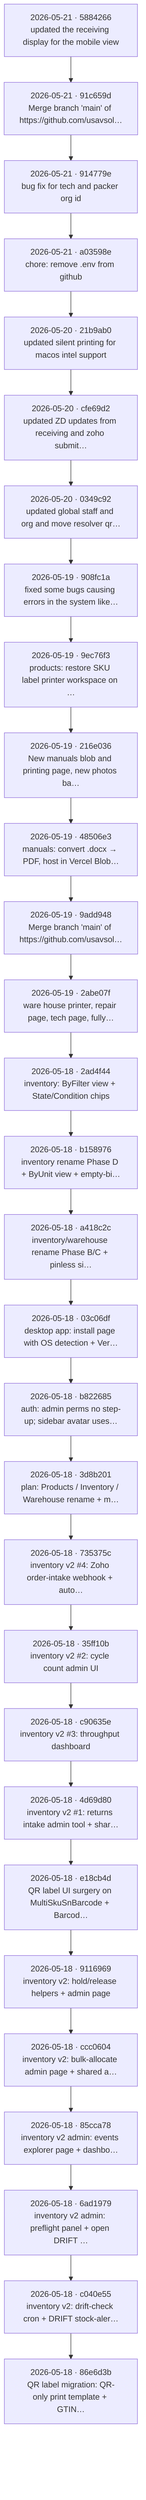
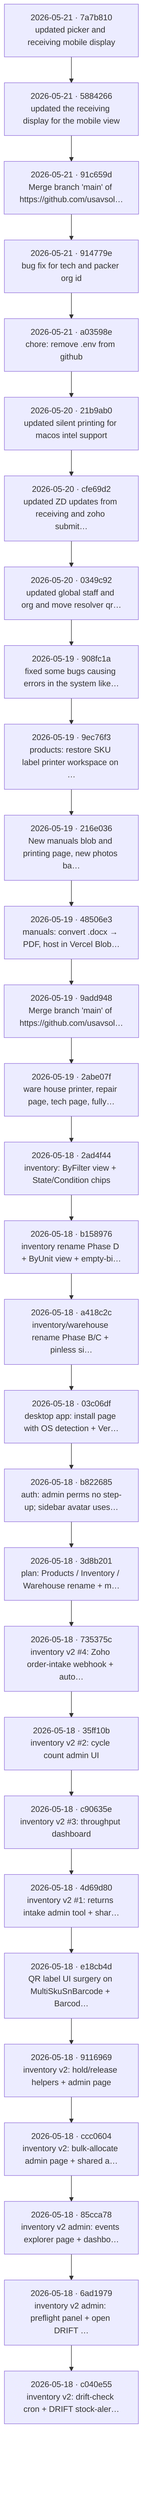
flowchart TB
-   c0["2026-05-21 · 5884266<br/>updated the receiving display for the mobile view"]
-   c1["2026-05-21 · 91c659d<br/>Merge branch 'main' of https://github.com/usavsol…"]
+   c0["2026-05-21 · 7a7b810<br/>updated picker and receiving mobile display"]
+   c1["2026-05-21 · 5884266<br/>updated the receiving display for the mobile view"]
  c0 --> c1
-   c2["2026-05-21 · 914779e<br/>bug fix for tech and packer org id"]
+   c2["2026-05-21 · 91c659d<br/>Merge branch 'main' of https://github.com/usavsol…"]
  c1 --> c2
-   c3["2026-05-21 · a03598e<br/>chore: remove .env from github"]
+   c3["2026-05-21 · 914779e<br/>bug fix for tech and packer org id"]
  c2 --> c3
-   c4["2026-05-20 · 21b9ab0<br/>updated silent printing for macos intel support"]
+   c4["2026-05-21 · a03598e<br/>chore: remove .env from github"]
  c3 --> c4
-   c5["2026-05-20 · cfe69d2<br/>updated ZD updates from receiving and zoho submit…"]
+   c5["2026-05-20 · 21b9ab0<br/>updated silent printing for macos intel support"]
  c4 --> c5
-   c6["2026-05-20 · 0349c92<br/>updated global staff and org and move resolver qr…"]
+   c6["2026-05-20 · cfe69d2<br/>updated ZD updates from receiving and zoho submit…"]
  c5 --> c6
-   c7["2026-05-19 · 908fc1a<br/>fixed some bugs causing errors in the system like…"]
+   c7["2026-05-20 · 0349c92<br/>updated global staff and org and move resolver qr…"]
  c6 --> c7
-   c8["2026-05-19 · 9ec76f3<br/>products: restore SKU label printer workspace on …"]
+   c8["2026-05-19 · 908fc1a<br/>fixed some bugs causing errors in the system like…"]
  c7 --> c8
-   c9["2026-05-19 · 216e036<br/>New manuals blob and printing page, new photos ba…"]
+   c9["2026-05-19 · 9ec76f3<br/>products: restore SKU label printer workspace on …"]
  c8 --> c9
-   c10["2026-05-19 · 48506e3<br/>manuals: convert .docx → PDF, host in Vercel Blob…"]
+   c10["2026-05-19 · 216e036<br/>New manuals blob and printing page, new photos ba…"]
  c9 --> c10
-   c11["2026-05-19 · 9add948<br/>Merge branch 'main' of https://github.com/usavsol…"]
+   c11["2026-05-19 · 48506e3<br/>manuals: convert .docx → PDF, host in Vercel Blob…"]
  c10 --> c11
-   c12["2026-05-19 · 2abe07f<br/>ware house printer, repair page, tech page, fully…"]
+   c12["2026-05-19 · 9add948<br/>Merge branch 'main' of https://github.com/usavsol…"]
  c11 --> c12
-   c13["2026-05-18 · 2ad4f44<br/>inventory: ByFilter view + State/Condition chips"]
+   c13["2026-05-19 · 2abe07f<br/>ware house printer, repair page, tech page, fully…"]
  c12 --> c13
-   c14["2026-05-18 · b158976<br/>inventory rename Phase D + ByUnit view + empty-bi…"]
+   c14["2026-05-18 · 2ad4f44<br/>inventory: ByFilter view + State/Condition chips"]
  c13 --> c14
-   c15["2026-05-18 · a418c2c<br/>inventory/warehouse rename Phase B/C + pinless si…"]
+   c15["2026-05-18 · b158976<br/>inventory rename Phase D + ByUnit view + empty-bi…"]
  c14 --> c15
-   c16["2026-05-18 · 03c06df<br/>desktop app: install page with OS detection + Ver…"]
+   c16["2026-05-18 · a418c2c<br/>inventory/warehouse rename Phase B/C + pinless si…"]
  c15 --> c16
-   c17["2026-05-18 · b822685<br/>auth: admin perms no step-up; sidebar avatar uses…"]
+   c17["2026-05-18 · 03c06df<br/>desktop app: install page with OS detection + Ver…"]
  c16 --> c17
-   c18["2026-05-18 · 3d8b201<br/>plan: Products / Inventory / Warehouse rename + m…"]
+   c18["2026-05-18 · b822685<br/>auth: admin perms no step-up; sidebar avatar uses…"]
  c17 --> c18
-   c19["2026-05-18 · 735375c<br/>inventory v2 #4: Zoho order-intake webhook + auto…"]
+   c19["2026-05-18 · 3d8b201<br/>plan: Products / Inventory / Warehouse rename + m…"]
  c18 --> c19
-   c20["2026-05-18 · 35ff10b<br/>inventory v2 #2: cycle count admin UI"]
+   c20["2026-05-18 · 735375c<br/>inventory v2 #4: Zoho order-intake webhook + auto…"]
  c19 --> c20
-   c21["2026-05-18 · c90635e<br/>inventory v2 #3: throughput dashboard"]
+   c21["2026-05-18 · 35ff10b<br/>inventory v2 #2: cycle count admin UI"]
  c20 --> c21
-   c22["2026-05-18 · 4d69d80<br/>inventory v2 #1: returns intake admin tool + shar…"]
+   c22["2026-05-18 · c90635e<br/>inventory v2 #3: throughput dashboard"]
  c21 --> c22
-   c23["2026-05-18 · e18cb4d<br/>QR label UI surgery on MultiSkuSnBarcode + Barcod…"]
+   c23["2026-05-18 · 4d69d80<br/>inventory v2 #1: returns intake admin tool + shar…"]
  c22 --> c23
-   c24["2026-05-18 · 9116969<br/>inventory v2: hold/release helpers + admin page"]
+   c24["2026-05-18 · e18cb4d<br/>QR label UI surgery on MultiSkuSnBarcode + Barcod…"]
  c23 --> c24
-   c25["2026-05-18 · ccc0604<br/>inventory v2: bulk-allocate admin page + shared a…"]
+   c25["2026-05-18 · 9116969<br/>inventory v2: hold/release helpers + admin page"]
  c24 --> c25
-   c26["2026-05-18 · 85cca78<br/>inventory v2 admin: events explorer page + dashbo…"]
+   c26["2026-05-18 · ccc0604<br/>inventory v2: bulk-allocate admin page + shared a…"]
  c25 --> c26
-   c27["2026-05-18 · 6ad1979<br/>inventory v2 admin: preflight panel + open DRIFT …"]
+   c27["2026-05-18 · 85cca78<br/>inventory v2 admin: events explorer page + dashbo…"]
  c26 --> c27
-   c28["2026-05-18 · c040e55<br/>inventory v2: drift-check cron + DRIFT stock-aler…"]
+   c28["2026-05-18 · 6ad1979<br/>inventory v2 admin: preflight panel + open DRIFT …"]
  c27 --> c28
-   c29["2026-05-18 · 86e6d3b<br/>QR label migration: QR-only print template + GTIN…"]
+   c29["2026-05-18 · c040e55<br/>inventory v2: drift-check cron + DRIFT stock-aler…"]
  c28 --> c29